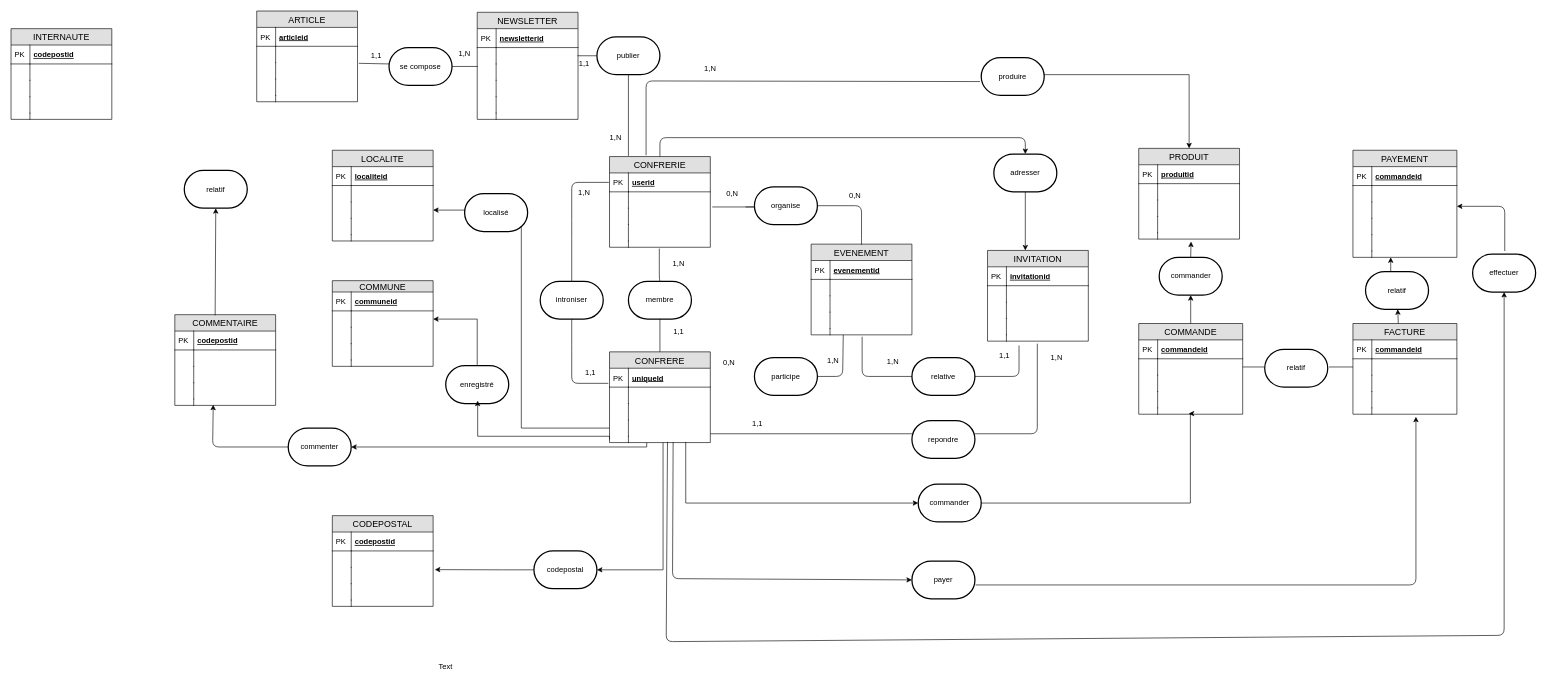
Above: Untitled Diagram.drawio in harelimana/saintvincent (draw.io), before the change. Source tidied: cells renumbered, new cells numbered last; positions are measured from the earlier drawing's top-left corner, leaving out a move shared by most shapes. Both pictures are drawn from the tidied source at 63%, with x=0, y=0 at pixel (11, 11).
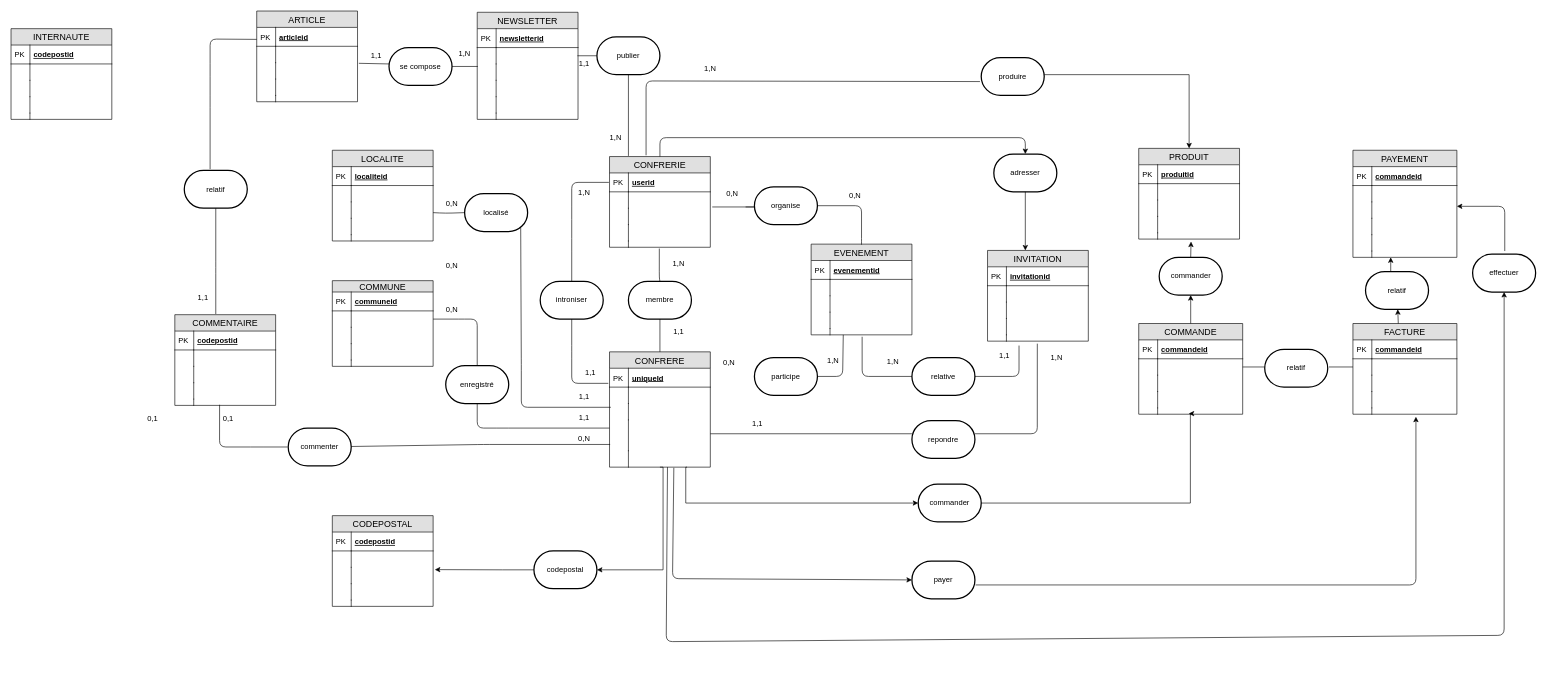
The same diagram, later.

The change refers to these unchanged cells:
```xml
<mxCell id="18" style="shape=partialRectangle;top=0;left=0;right=0;bottom=0;align=left;verticalAlign=top;fillColor=none;spacingLeft=34;spacingRight=4;overflow=hidden;points=[[0,0.5],[1,0.5]];portConstraint=eastwest;fontSize=12;" parent="13" vertex="1">
  <mxGeometry y="82" width="160" height="26" as="geometry" />
</mxCell>
<mxCell id="31" style="shape=partialRectangle;top=0;left=0;right=0;bottom=0;align=left;verticalAlign=top;fillColor=none;spacingLeft=34;spacingRight=4;overflow=hidden;points=[[0,0.5],[1,0.5]];portConstraint=eastwest;fontSize=12;" parent="26" vertex="1">
  <mxGeometry y="82" width="160" height="26" as="geometry" />
</mxCell>
<mxCell id="40" style="shape=partialRectangle;top=0;left=0;right=0;bottom=0;align=left;verticalAlign=top;fillColor=none;spacingLeft=34;spacingRight=4;overflow=hidden;points=[[0,0.5],[1,0.5]];portConstraint=eastwest;fontSize=12;" parent="37" vertex="1">
  <mxGeometry y="48" width="160" height="26" as="geometry" />
</mxCell>
<mxCell id="62" value="enregistré" style="strokeWidth=2;html=1;shape=mxgraph.flowchart.terminator;whiteSpace=wrap;" parent="1" vertex="1">
  <mxGeometry x="690" y="563" width="100" height="60" as="geometry" />
</mxCell>
<mxCell id="63" value="commenter" style="strokeWidth=2;html=1;shape=mxgraph.flowchart.terminator;whiteSpace=wrap;" parent="1" vertex="1">
  <mxGeometry x="440" y="662" width="100" height="60" as="geometry" />
</mxCell>
<mxCell id="64" value="localisé" style="strokeWidth=2;html=1;shape=mxgraph.flowchart.terminator;whiteSpace=wrap;" parent="1" vertex="1">
  <mxGeometry x="720" y="290" width="100" height="60" as="geometry" />
</mxCell>
<mxCell id="153" value="COMMENTAIRE" style="swimlane;fontStyle=0;horizontal=1;startSize=26;fillColor=#e0e0e0;swimlaneFillColor=#ffffff;align=center;fontSize=14;" parent="1" vertex="1">
  <mxGeometry x="260" y="482" width="160" height="144" as="geometry" />
</mxCell>
<mxCell id="162" style="shape=partialRectangle;top=0;left=0;right=0;bottom=0;align=left;verticalAlign=top;fillColor=none;spacingLeft=34;spacingRight=4;overflow=hidden;points=[[0,0.5],[1,0.5]];portConstraint=eastwest;fontSize=12;" parent="153" vertex="1">
  <mxGeometry y="134" width="160" height="10" as="geometry" />
</mxCell>
<mxCell id="165" value="relatif" style="strokeWidth=2;html=1;shape=mxgraph.flowchart.terminator;whiteSpace=wrap;" parent="1" vertex="1">
  <mxGeometry x="275" y="253" width="100" height="60" as="geometry" />
</mxCell>
<mxCell id="167" value="codepostal" style="strokeWidth=2;html=1;shape=mxgraph.flowchart.terminator;whiteSpace=wrap;" parent="1" vertex="1">
  <mxGeometry x="830" y="857" width="100" height="60" as="geometry" />
</mxCell>
<mxCell id="180" value="payer" style="strokeWidth=2;html=1;shape=mxgraph.flowchart.terminator;whiteSpace=wrap;" parent="1" vertex="1">
  <mxGeometry x="1430" y="873" width="100" height="60" as="geometry" />
</mxCell>
<mxCell id="199" value="effectuer" style="strokeWidth=2;html=1;shape=mxgraph.flowchart.terminator;whiteSpace=wrap;" parent="1" vertex="1">
  <mxGeometry x="2320" y="386" width="100" height="60" as="geometry" />
</mxCell>
```

Diff of the diagram source:
```diff
@@
     <mxCell id="13" value="CONFRERE" style="swimlane;fontStyle=0;horizontal=1;startSize=26;fillColor=#e0e0e0;swimlaneFillColor=#ffffff;align=center;fontSize=14;" parent="1" vertex="1">
-      <mxGeometry x="950" y="541" width="160" height="144" as="geometry" />
+      <mxGeometry x="950" y="541" width="160" height="183" as="geometry" />
     </mxCell>
@@
+    <mxCell id="22" style="shape=partialRectangle;top=0;left=0;right=0;bottom=0;align=left;verticalAlign=top;fillColor=none;spacingLeft=34;spacingRight=4;overflow=hidden;points=[[0,0.5],[1,0.5]];portConstraint=eastwest;fontSize=12;" parent="13" vertex="1">
+      <mxGeometry y="108" width="160" height="49" as="geometry" />
+    </mxCell>
+    <mxCell id="23" style="shape=partialRectangle;top=0;left=0;bottom=0;fillColor=none;align=left;verticalAlign=top;spacingLeft=4;spacingRight=4;overflow=hidden;fontSize=12;" parent="22" vertex="1">
+      <mxGeometry width="30" height="49" as="geometry" />
+    </mxCell>
     <mxCell id="20" style="shape=partialRectangle;top=0;left=0;right=0;bottom=0;align=left;verticalAlign=top;fillColor=none;spacingLeft=34;spacingRight=4;overflow=hidden;points=[[0,0.5],[1,0.5]];portConstraint=eastwest;fontSize=12;" parent="13" vertex="1">
-      <mxGeometry y="108" width="160" height="26" as="geometry" />
+      <mxGeometry y="157" width="160" height="26" as="geometry" />
     </mxCell>
@@
-    <mxCell id="22" style="shape=partialRectangle;top=0;left=0;right=0;bottom=0;align=left;verticalAlign=top;fillColor=none;spacingLeft=34;spacingRight=4;overflow=hidden;points=[[0,0.5],[1,0.5]];portConstraint=eastwest;fontSize=12;" parent="13" vertex="1">
-      <mxGeometry y="134" width="160" height="10" as="geometry" />
-    </mxCell>
-    <mxCell id="23" style="shape=partialRectangle;top=0;left=0;bottom=0;fillColor=none;align=left;verticalAlign=top;spacingLeft=4;spacingRight=4;overflow=hidden;fontSize=12;" parent="22" vertex="1">
-      <mxGeometry width="30" height="10" as="geometry" />
-    </mxCell>
@@
-    <mxCell id="59" style="edgeStyle=orthogonalEdgeStyle;rounded=0;jettySize=auto;html=1;exitX=0;exitY=0.5;exitDx=0;exitDy=0;" parent="1" edge="1" source="20" target="31">
-      <mxGeometry relative="1" as="geometry" />
-    </mxCell>
@@
-    <mxCell id="61" style="edgeStyle=orthogonalEdgeStyle;rounded=0;jettySize=auto;html=1;" parent="1" edge="1" source="62" target="40">
-      <mxGeometry relative="1" as="geometry" />
-    </mxCell>
@@
-    <mxCell id="65" style="edgeStyle=orthogonalEdgeStyle;rounded=0;jettySize=auto;html=1;entryX=0.5;entryY=1;entryDx=0;entryDy=0;entryPerimeter=0;exitX=0;exitY=0.5;exitDx=0;exitDy=0;" parent="1" edge="1" source="22">
-      <mxGeometry relative="1" as="geometry">
-        <mxPoint x="740.7" y="618.5" as="targetPoint" />
-        <Array as="points">
-          <mxPoint x="950" y="675" />
-          <mxPoint x="741" y="675" />
-        </Array>
-      </mxGeometry>
-    </mxCell>
@@
-    <mxCell id="120" style="edgeStyle=orthogonalEdgeStyle;rounded=0;jettySize=auto;html=1;exitX=0.756;exitY=0.9;exitDx=0;exitDy=0;exitPerimeter=0;" parent="1" edge="1" source="22">
+    <mxCell id="120" style="edgeStyle=orthogonalEdgeStyle;rounded=0;jettySize=auto;html=1;exitX=0.769;exitY=1;exitDx=0;exitDy=0;exitPerimeter=0;" parent="1" edge="1" source="20">
       <mxGeometry relative="1" as="geometry">
         <mxPoint x="1440" y="781" as="targetPoint" />
         <Array as="points">
+          <mxPoint x="1071" y="724" />
           <mxPoint x="1071" y="781" />
         </Array>
       </mxGeometry>
     </mxCell>
@@
-    <mxCell id="152" style="edgeStyle=orthogonalEdgeStyle;rounded=0;jettySize=auto;html=1;exitX=0.369;exitY=1;exitDx=0;exitDy=0;exitPerimeter=0;" parent="1" edge="1" source="22" target="63">
-      <mxGeometry relative="1" as="geometry">
-        <Array as="points">
-          <mxPoint x="1009" y="692" />
-        </Array>
-      </mxGeometry>
-    </mxCell>
@@
-    <mxCell id="164" style="endArrow=classic;html=1;entryX=0.381;entryY=0.9;entryDx=0;entryDy=0;entryPerimeter=0;exitX=0;exitY=0.5;exitDx=0;exitDy=0;exitPerimeter=0;" parent="1" edge="1" source="63" target="162">
-      <mxGeometry relative="1" as="geometry">
-        <Array as="points">
-          <mxPoint x="320" y="692" />
-        </Array>
-      </mxGeometry>
-    </mxCell>
@@
-    <mxCell id="166" style="endArrow=classic;html=1;entryX=0.5;entryY=1;entryDx=0;entryDy=0;entryPerimeter=0;exitX=0.4;exitY=0.007;exitDx=0;exitDy=0;exitPerimeter=0;" parent="1" edge="1" source="153" target="165">
-      <mxGeometry relative="1" as="geometry" />
-    </mxCell>
@@
-    <mxCell id="168" style="edgeStyle=orthogonalEdgeStyle;rounded=0;jettySize=auto;html=1;exitX=0.531;exitY=1;exitDx=0;exitDy=0;exitPerimeter=0;entryX=1;entryY=0.5;entryDx=0;entryDy=0;entryPerimeter=0;" parent="1" edge="1" source="22" target="167">
+    <mxCell id="168" style="edgeStyle=orthogonalEdgeStyle;rounded=0;jettySize=auto;html=1;exitX=0.5;exitY=1;exitDx=0;exitDy=0;exitPerimeter=0;entryX=1;entryY=0.5;entryDx=0;entryDy=0;entryPerimeter=0;" parent="1" edge="1" source="20" target="167">
       <mxGeometry relative="1" as="geometry">
         <Array as="points">
+          <mxPoint x="1035" y="724" />
           <mxPoint x="1035" y="887" />
         </Array>
       </mxGeometry>
     </mxCell>
@@
-    <mxCell id="181" style="endArrow=classic;html=1;entryX=0;entryY=0.5;entryDx=0;entryDy=0;entryPerimeter=0;exitX=0.631;exitY=0.9;exitDx=0;exitDy=0;exitPerimeter=0;" parent="1" edge="1" source="22" target="180">
+    <mxCell id="181" style="endArrow=classic;html=1;entryX=0;entryY=0.5;entryDx=0;entryDy=0;entryPerimeter=0;exitX=0.638;exitY=1.038;exitDx=0;exitDy=0;exitPerimeter=0;" parent="1" edge="1" source="20" target="180">
       <mxGeometry relative="1" as="geometry">
         <Array as="points">
           <mxPoint x="1050" y="901" />
         </Array>
       </mxGeometry>
     </mxCell>
@@
-    <mxCell id="202" style="endArrow=classic;html=1;entryX=0.5;entryY=1;entryDx=0;entryDy=0;entryPerimeter=0;exitX=0.575;exitY=0.9;exitDx=0;exitDy=0;exitPerimeter=0;" parent="1" edge="1" source="22" target="199">
+    <mxCell id="202" style="endArrow=classic;html=1;entryX=0.5;entryY=1;entryDx=0;entryDy=0;entryPerimeter=0;exitX=0.575;exitY=1;exitDx=0;exitDy=0;exitPerimeter=0;" parent="1" edge="1" source="20" target="199">
       <mxGeometry relative="1" as="geometry">
         <Array as="points">
           <mxPoint x="1040" y="1001" />
           <mxPoint x="2370" y="991" />
         </Array>
       </mxGeometry>
     </mxCell>
@@
-    <mxCell id="216" value="Text" style="text;html=1;strokeColor=none;fillColor=none;align=center;verticalAlign=middle;whiteSpace=wrap;rounded=0;" parent="1" vertex="1">
-      <mxGeometry x="670" y="1031" width="40" height="20" as="geometry" />
-    </mxCell>
@@
-    <mxCell id="222" style="endArrow=none;html=1;entryX=1;entryY=0.846;entryDx=0;entryDy=0;entryPerimeter=0;" parent="1" edge="1" target="20">
+    <mxCell id="222" style="endArrow=none;html=1;" parent="1" edge="1">
       <mxGeometry relative="1" as="geometry">
         <mxPoint x="1430" y="671" as="sourcePoint" />
+        <mxPoint x="1110" y="671" as="targetPoint" />
       </mxGeometry>
     </mxCell>
@@
+    <mxCell id="250" style="endArrow=none;html=1;" parent="1" edge="1">
+      <mxGeometry relative="1" as="geometry">
+        <mxPoint x="316" y="251" as="sourcePoint" />
+        <mxPoint x="390" y="45" as="targetPoint" />
+        <Array as="points">
+          <mxPoint x="316" y="143.5" />
+          <mxPoint x="316" y="93.5" />
+          <mxPoint x="316" y="44.5" />
+        </Array>
+      </mxGeometry>
+    </mxCell>
+    <mxCell id="251" value="1,1" style="text;html=1;strokeColor=none;fillColor=none;align=center;verticalAlign=middle;whiteSpace=wrap;rounded=0;" parent="1" vertex="1">
+      <mxGeometry x="890" y="603" width="40" height="20" as="geometry" />
+    </mxCell>
+    <mxCell id="252" value="0,N" style="text;html=1;strokeColor=none;fillColor=none;align=center;verticalAlign=middle;whiteSpace=wrap;rounded=0;" parent="1" vertex="1">
+      <mxGeometry x="680" y="293" width="40" height="26" as="geometry" />
+    </mxCell>
+    <mxCell id="253" value="0,N" style="text;html=1;strokeColor=none;fillColor=none;align=center;verticalAlign=middle;whiteSpace=wrap;rounded=0;" parent="1" vertex="1">
+      <mxGeometry x="680" y="390.5" width="40" height="26" as="geometry" />
+    </mxCell>
+    <mxCell id="254" style="endArrow=none;html=1;entryX=0;entryY=0.5;entryDx=0;entryDy=0;entryPerimeter=0;" parent="1" edge="1" target="64">
+      <mxGeometry relative="1" as="geometry">
+        <mxPoint x="670" y="320" as="sourcePoint" />
+        <Array as="points">
+          <mxPoint x="690" y="321" />
+        </Array>
+      </mxGeometry>
+    </mxCell>
+    <mxCell id="255" style="endArrow=none;html=1;exitX=0.013;exitY=0.231;exitDx=0;exitDy=0;exitPerimeter=0;entryX=0.89;entryY=0.89;entryDx=0;entryDy=0;entryPerimeter=0;" parent="1" edge="1" source="18" target="64">
+      <mxGeometry relative="1" as="geometry">
+        <Array as="points">
+          <mxPoint x="810" y="629" />
+          <mxPoint x="810" y="561" />
+        </Array>
+      </mxGeometry>
+    </mxCell>
+    <mxCell id="256" style="endArrow=none;html=1;" parent="1" edge="1" target="62">
+      <mxGeometry relative="1" as="geometry">
+        <mxPoint x="950" y="662" as="sourcePoint" />
+        <Array as="points">
+          <mxPoint x="780" y="662" />
+          <mxPoint x="740" y="662" />
+        </Array>
+      </mxGeometry>
+    </mxCell>
+    <mxCell id="61" style="endArrow=none;html=1;exitX=0.5;exitY=0;exitDx=0;exitDy=0;entryX=1;entryY=0.5;entryDx=0;entryDy=0;exitPerimeter=0;" parent="1" edge="1" source="62" target="40">
+      <mxGeometry relative="1" as="geometry">
+        <Array as="points">
+          <mxPoint x="740" y="489" />
+          <mxPoint x="710" y="489" />
+        </Array>
+      </mxGeometry>
+    </mxCell>
+    <mxCell id="257" value="0,N" style="text;html=1;strokeColor=none;fillColor=none;align=center;verticalAlign=middle;whiteSpace=wrap;rounded=0;" parent="1" vertex="1">
+      <mxGeometry x="680" y="460.5" width="40" height="26" as="geometry" />
+    </mxCell>
+    <mxCell id="258" value="1,1" style="text;html=1;strokeColor=none;fillColor=none;align=center;verticalAlign=middle;whiteSpace=wrap;rounded=0;" parent="1" vertex="1">
+      <mxGeometry x="890" y="632" width="40" height="26" as="geometry" />
+    </mxCell>
+    <mxCell id="259" value="0,1" style="text;html=1;strokeColor=none;fillColor=none;align=center;verticalAlign=middle;whiteSpace=wrap;rounded=0;" parent="1" vertex="1">
+      <mxGeometry x="325" y="635" width="40" height="26" as="geometry" />
+    </mxCell>
+    <mxCell id="260" value="0,1" style="text;html=1;strokeColor=none;fillColor=none;align=center;verticalAlign=middle;whiteSpace=wrap;rounded=0;" parent="1" vertex="1">
+      <mxGeometry x="205" y="635" width="40" height="26" as="geometry" />
+    </mxCell>
+    <mxCell id="152" style="endArrow=none;html=1;exitX=0.006;exitY=0.796;exitDx=0;exitDy=0;exitPerimeter=0;" parent="1" edge="1" source="22" target="63">
+      <mxGeometry relative="1" as="geometry">
+        <Array as="points">
+          <mxPoint x="750" y="688" />
+        </Array>
+      </mxGeometry>
+    </mxCell>
+    <mxCell id="261" value="0,N" style="text;html=1;strokeColor=none;fillColor=none;align=center;verticalAlign=middle;whiteSpace=wrap;rounded=0;" parent="1" vertex="1">
+      <mxGeometry x="890" y="666" width="40" height="26" as="geometry" />
+    </mxCell>
+    <mxCell id="262" style="endArrow=none;html=1;entryX=0.444;entryY=0.9;entryDx=0;entryDy=0;entryPerimeter=0;" parent="1" edge="1" target="162">
+      <mxGeometry relative="1" as="geometry">
+        <mxPoint x="439" y="692" as="sourcePoint" />
+        <Array as="points">
+          <mxPoint x="390" y="692" />
+          <mxPoint x="331" y="692" />
+        </Array>
+      </mxGeometry>
+    </mxCell>
+    <mxCell id="263" value="1,1" style="text;html=1;strokeColor=none;fillColor=none;align=center;verticalAlign=middle;whiteSpace=wrap;rounded=0;" parent="1" vertex="1">
+      <mxGeometry x="285" y="445" width="40" height="20" as="geometry" />
+    </mxCell>
+    <mxCell id="264" style="endArrow=none;html=1;entryX=0.5;entryY=1;entryDx=0;entryDy=0;entryPerimeter=0;" parent="1" edge="1" target="165">
+      <mxGeometry relative="1" as="geometry">
+        <mxPoint x="325" y="481" as="sourcePoint" />
+        <Array as="points">
+          <mxPoint x="325" y="407" />
+        </Array>
+      </mxGeometry>
+    </mxCell>
```
